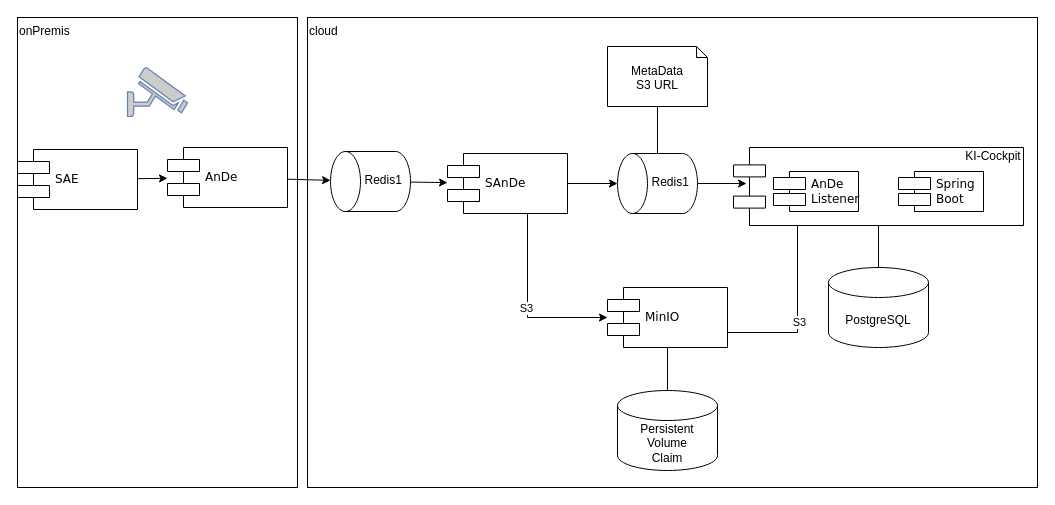
Earlier version of the draw.io diagram page "Deployment Option 2" (3 of 4) of docs/imgs/AnDe-Integration.drawio (starwit/ai-cockpit). Source tidied: cells renumbered, new cells numbered last; positions are measured from the earlier drawing's top-left corner, leaving out a move shared by most shapes. Both pictures are drawn from the tidied source at 100%, with x=0, y=0 at pixel (17, 17).
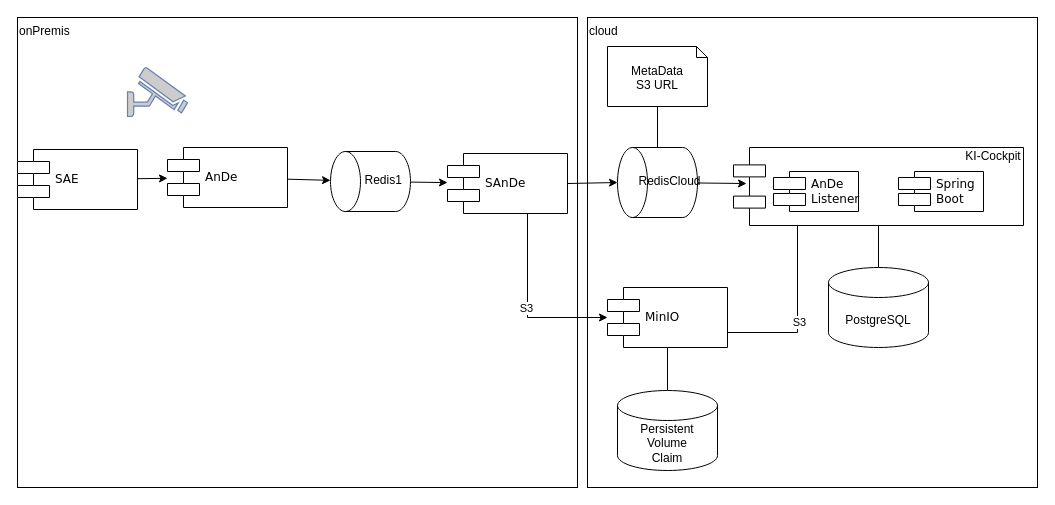
After the change.

Diff of the diagram source:
```diff
@@
     <mxCell id="2" value="onPremis" style="rounded=0;whiteSpace=wrap;html=1;verticalAlign=top;align=left;" parent="1" vertex="1">
-      <mxGeometry width="280" height="470" as="geometry" />
+      <mxGeometry width="560" height="470" as="geometry" />
     </mxCell>
     <mxCell id="3" value="cloud" style="rounded=0;whiteSpace=wrap;html=1;verticalAlign=top;align=left;" parent="1" vertex="1">
-      <mxGeometry x="290" width="730" height="470" as="geometry" />
+      <mxGeometry x="570" width="450" height="470" as="geometry" />
     </mxCell>
@@
-    <mxCell id="27" value="Redis1" style="shape=cylinder3;whiteSpace=wrap;html=1;boundedLbl=1;backgroundOutline=1;size=15;rotation=270;textDirection=vertical-lr;" parent="4" vertex="1">
-      <mxGeometry x="610" y="126" width="60" height="80" as="geometry" />
+    <mxCell id="27" value="RedisCloud" style="shape=cylinder3;whiteSpace=wrap;html=1;boundedLbl=1;backgroundOutline=1;size=15;rotation=270;textDirection=vertical-lr;" parent="4" vertex="1">
+      <mxGeometry x="605" y="125" width="70" height="80" as="geometry" />
     </mxCell>
```
